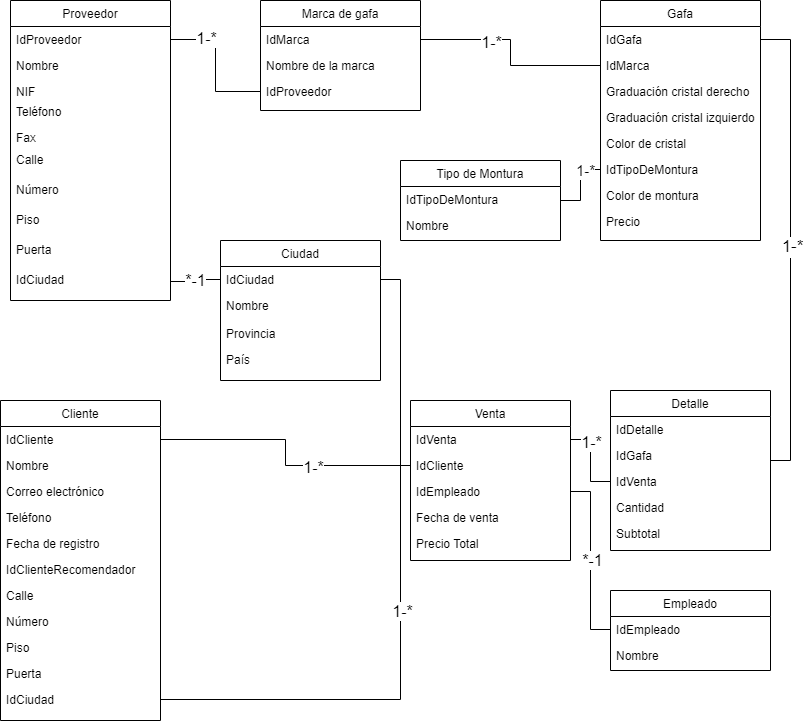
Earlier version of the draw.io export Optica.drawio.png (florenciaacostabosch/Mysql-estructura). Source tidied: cells renumbered, new cells last; positions are measured from the earlier drawing's top-left corner, leaving out a move shared by most shapes.
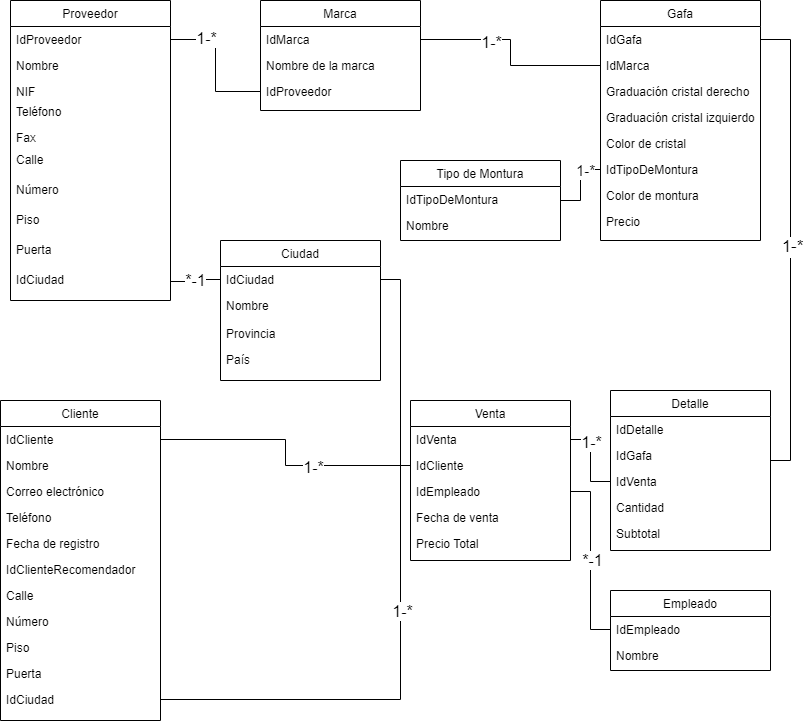
After the commit.

The edit, as a diff of the source:
```diff
@@ -98,7 +98,7 @@
     <mxCell id="33" value="Precio" style="text;align=left;verticalAlign=top;spacingLeft=4;spacingRight=4;overflow=hidden;" parent="25" vertex="1">
       <mxGeometry y="208" width="160" height="26" as="geometry" />
     </mxCell>
-    <mxCell id="34" value="Marca de gafa" style="swimlane;fontStyle=0;align=center;verticalAlign=top;horizontal=1;startSize=26;rounded=0;shadow=0;strokeWidth=1;" parent="1" vertex="1">
+    <mxCell id="34" value="Marca" style="swimlane;fontStyle=0;align=center;verticalAlign=top;horizontal=1;startSize=26;rounded=0;shadow=0;strokeWidth=1;" parent="1" vertex="1">
       <mxGeometry x="260" width="160" height="110" as="geometry" />
     </mxCell>
     <mxCell id="35" value="IdMarca" style="text;align=left;verticalAlign=top;spacingLeft=4;spacingRight=4;overflow=hidden;points=[[0,0.5],[1,0.5]];portConstraint=eastwest;" parent="34" vertex="1">
```
